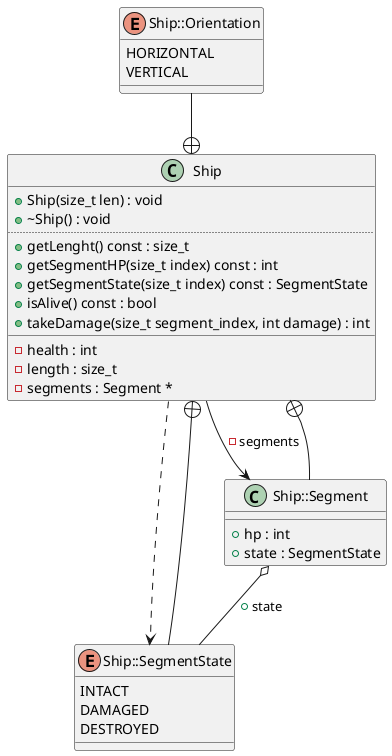
Before: diagrams/Ship.png, a diagram exported from PlantUML (Rennelv/ships).
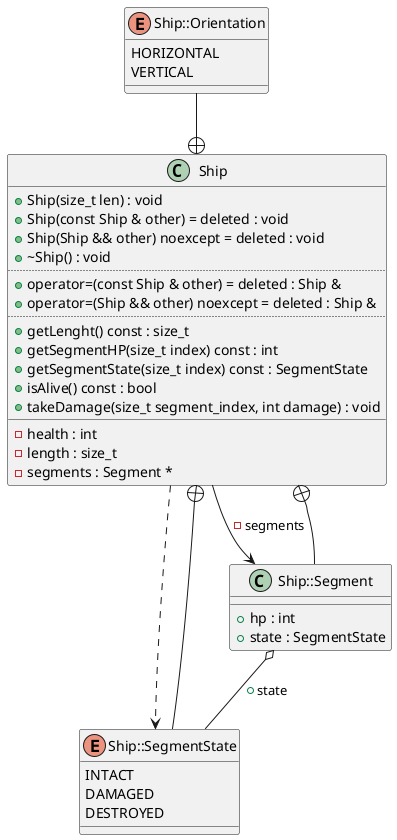
After the change.

Diff of the diagram source:
```diff
@@ -2,13 +2,18 @@
 class "Ship" as C_0014529657433315016423
 class C_0014529657433315016423 {
 +Ship(size_t len) : void
++Ship(const Ship & other) = deleted : void
++Ship(Ship && other) noexcept = deleted : void
 +~Ship() : void
+..
++operator=(const Ship & other) = deleted : Ship &
++operator=(Ship && other) noexcept = deleted : Ship &
 ..
 +getLenght() const : size_t
 +getSegmentHP(size_t index) const : int
 +getSegmentState(size_t index) const : SegmentState
 +isAlive() const : bool
-+takeDamage(size_t segment_index, int damage) : int
++takeDamage(size_t segment_index, int damage) : void
 __
 -health : int
 -length : size_t
```
